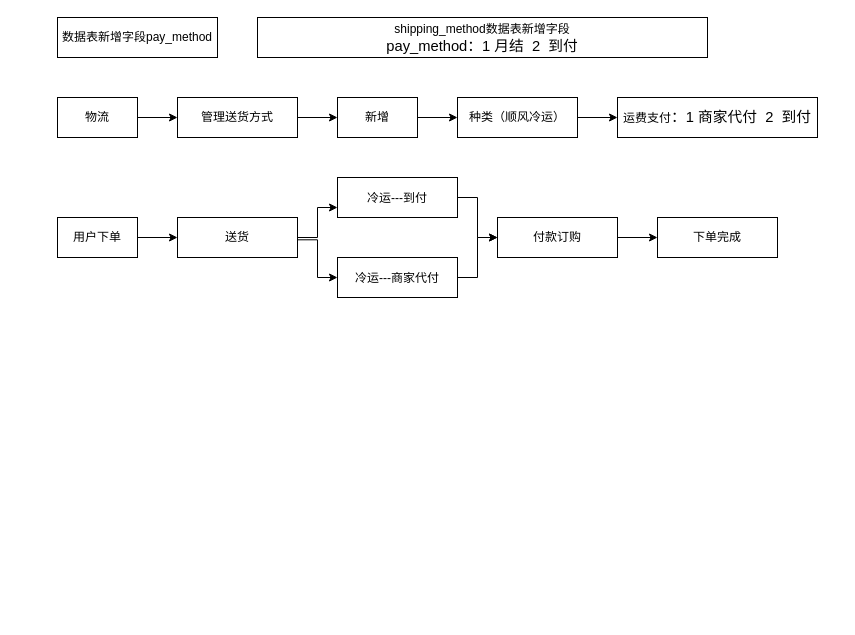
The draw.io diagram w2kmeDiagram.drawio in w2kme/myweb, before the edit. Source tidied: cells renumbered, new cells numbered last; positions are measured from the earlier drawing's top-left corner, leaving out a move shared by most shapes. Both pictures are drawn from the tidied source at 100%, with x=0, y=0 at pixel (57, 17).
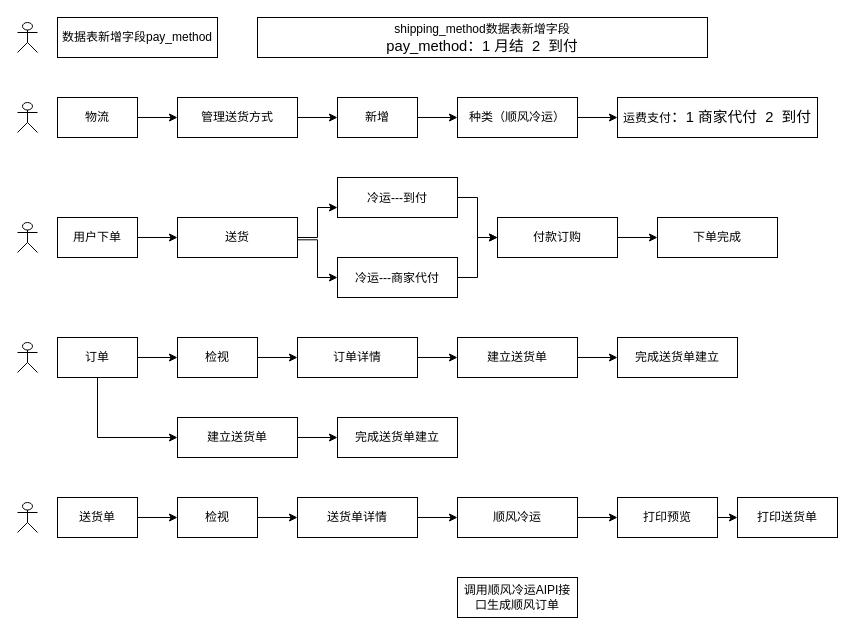
The same page after the edit.

The edit, as a diff of the source:
```diff
@@
+    <mxCell id="25" style="shape=umlActor;verticalLabelPosition=bottom;verticalAlign=top;html=1;" parent="1" vertex="1">
+      <mxGeometry x="-40" y="5" width="20" height="30" as="geometry" />
+    </mxCell>
+    <mxCell id="26" style="shape=umlActor;verticalLabelPosition=bottom;verticalAlign=top;html=1;" parent="1" vertex="1">
+      <mxGeometry x="-40" y="85" width="20" height="30" as="geometry" />
+    </mxCell>
+    <mxCell id="27" style="shape=umlActor;verticalLabelPosition=bottom;verticalAlign=top;html=1;" parent="1" vertex="1">
+      <mxGeometry x="-40" y="205" width="20" height="30" as="geometry" />
+    </mxCell>
+    <mxCell id="28" style="edgeStyle=orthogonalEdgeStyle;rounded=0;jettySize=auto;html=1;exitX=1;exitY=0.5;exitDx=0;exitDy=0;entryX=0;entryY=0.5;entryDx=0;entryDy=0;" parent="1" edge="1" source="30" target="32">
+      <mxGeometry relative="1" as="geometry" />
+    </mxCell>
+    <mxCell id="29" style="edgeStyle=orthogonalEdgeStyle;rounded=0;jettySize=auto;html=1;exitX=0.5;exitY=1;exitDx=0;exitDy=0;entryX=0;entryY=0.5;entryDx=0;entryDy=0;" parent="1" edge="1" source="30" target="40">
+      <mxGeometry relative="1" as="geometry" />
+    </mxCell>
+    <mxCell id="30" value="订单" style="rounded=0;whiteSpace=wrap;html=1;" parent="1" vertex="1">
+      <mxGeometry y="320" width="80" height="40" as="geometry" />
+    </mxCell>
+    <mxCell id="31" style="edgeStyle=orthogonalEdgeStyle;rounded=0;jettySize=auto;html=1;exitX=1;exitY=0.5;exitDx=0;exitDy=0;entryX=0;entryY=0.5;entryDx=0;entryDy=0;" parent="1" edge="1" source="32" target="36">
+      <mxGeometry relative="1" as="geometry" />
+    </mxCell>
+    <mxCell id="32" value="检视" style="rounded=0;whiteSpace=wrap;html=1;" parent="1" vertex="1">
+      <mxGeometry x="120" y="320" width="80" height="40" as="geometry" />
+    </mxCell>
+    <mxCell id="33" style="edgeStyle=orthogonalEdgeStyle;rounded=0;jettySize=auto;html=1;exitX=1;exitY=0.5;exitDx=0;exitDy=0;entryX=0;entryY=0.5;entryDx=0;entryDy=0;" parent="1" edge="1" source="34" target="37">
+      <mxGeometry relative="1" as="geometry" />
+    </mxCell>
+    <mxCell id="34" value="建立送货单" style="rounded=0;whiteSpace=wrap;html=1;" parent="1" vertex="1">
+      <mxGeometry x="400" y="320" width="120" height="40" as="geometry" />
+    </mxCell>
+    <mxCell id="35" style="edgeStyle=orthogonalEdgeStyle;rounded=0;jettySize=auto;html=1;exitX=1;exitY=0.5;exitDx=0;exitDy=0;entryX=0;entryY=0.5;entryDx=0;entryDy=0;" parent="1" edge="1" source="36" target="34">
+      <mxGeometry relative="1" as="geometry" />
+    </mxCell>
+    <mxCell id="36" value="订单详情" style="rounded=0;whiteSpace=wrap;html=1;" parent="1" vertex="1">
+      <mxGeometry x="240" y="320" width="120" height="40" as="geometry" />
+    </mxCell>
+    <mxCell id="37" value="完成送货单建立" style="rounded=0;whiteSpace=wrap;html=1;" parent="1" vertex="1">
+      <mxGeometry x="560" y="320" width="120" height="40" as="geometry" />
+    </mxCell>
+    <mxCell id="38" style="shape=umlActor;verticalLabelPosition=bottom;verticalAlign=top;html=1;" parent="1" vertex="1">
+      <mxGeometry x="-40" y="325" width="20" height="30" as="geometry" />
+    </mxCell>
+    <mxCell id="39" style="edgeStyle=orthogonalEdgeStyle;rounded=0;jettySize=auto;html=1;exitX=1;exitY=0.5;exitDx=0;exitDy=0;entryX=0;entryY=0.5;entryDx=0;entryDy=0;" parent="1" edge="1" source="40" target="41">
+      <mxGeometry relative="1" as="geometry" />
+    </mxCell>
+    <mxCell id="40" value="建立送货单" style="rounded=0;whiteSpace=wrap;html=1;" parent="1" vertex="1">
+      <mxGeometry x="120" y="400" width="120" height="40" as="geometry" />
+    </mxCell>
+    <mxCell id="41" value="完成送货单建立" style="rounded=0;whiteSpace=wrap;html=1;" parent="1" vertex="1">
+      <mxGeometry x="280" y="400" width="120" height="40" as="geometry" />
+    </mxCell>
+    <mxCell id="42" style="edgeStyle=orthogonalEdgeStyle;rounded=0;jettySize=auto;html=1;exitX=1;exitY=0.5;exitDx=0;exitDy=0;entryX=0;entryY=0.5;entryDx=0;entryDy=0;" parent="1" edge="1" source="43" target="45">
+      <mxGeometry relative="1" as="geometry" />
+    </mxCell>
+    <mxCell id="43" value="送货单" style="rounded=0;whiteSpace=wrap;html=1;" parent="1" vertex="1">
+      <mxGeometry y="480" width="80" height="40" as="geometry" />
+    </mxCell>
+    <mxCell id="44" style="edgeStyle=orthogonalEdgeStyle;rounded=0;jettySize=auto;html=1;exitX=1;exitY=0.5;exitDx=0;exitDy=0;entryX=0;entryY=0.5;entryDx=0;entryDy=0;" parent="1" edge="1" source="45" target="47">
+      <mxGeometry relative="1" as="geometry" />
+    </mxCell>
+    <mxCell id="45" value="检视" style="rounded=0;whiteSpace=wrap;html=1;" parent="1" vertex="1">
+      <mxGeometry x="120" y="480" width="80" height="40" as="geometry" />
+    </mxCell>
+    <mxCell id="46" style="edgeStyle=orthogonalEdgeStyle;rounded=0;jettySize=auto;html=1;exitX=1;exitY=0.5;exitDx=0;exitDy=0;entryX=0;entryY=0.5;entryDx=0;entryDy=0;" parent="1" edge="1" source="47" target="49">
+      <mxGeometry relative="1" as="geometry" />
+    </mxCell>
+    <mxCell id="47" value="送货单详情" style="rounded=0;whiteSpace=wrap;html=1;" parent="1" vertex="1">
+      <mxGeometry x="240" y="480" width="120" height="40" as="geometry" />
+    </mxCell>
+    <mxCell id="48" style="edgeStyle=orthogonalEdgeStyle;rounded=0;jettySize=auto;html=1;exitX=1;exitY=0.5;exitDx=0;exitDy=0;entryX=0;entryY=0.5;entryDx=0;entryDy=0;" parent="1" edge="1" source="49" target="52">
+      <mxGeometry relative="1" as="geometry" />
+    </mxCell>
+    <mxCell id="49" value="顺风冷运" style="rounded=0;whiteSpace=wrap;html=1;" parent="1" vertex="1">
+      <mxGeometry x="400" y="480" width="120" height="40" as="geometry" />
+    </mxCell>
+    <mxCell id="50" value="调用顺风冷运AIPI接口生成顺风订单" style="rounded=0;whiteSpace=wrap;html=1;" parent="1" vertex="1">
+      <mxGeometry x="400" y="560" width="120" height="40" as="geometry" />
+    </mxCell>
+    <mxCell id="51" style="edgeStyle=orthogonalEdgeStyle;rounded=0;jettySize=auto;html=1;exitX=1;exitY=0.5;exitDx=0;exitDy=0;entryX=0;entryY=0.5;entryDx=0;entryDy=0;" parent="1" edge="1" source="52" target="53">
+      <mxGeometry relative="1" as="geometry" />
+    </mxCell>
+    <mxCell id="52" value="打印预览" style="rounded=0;whiteSpace=wrap;html=1;" parent="1" vertex="1">
+      <mxGeometry x="560" y="480" width="100" height="40" as="geometry" />
+    </mxCell>
+    <mxCell id="53" value="打印送货单" style="rounded=0;whiteSpace=wrap;html=1;" parent="1" vertex="1">
+      <mxGeometry x="680" y="480" width="100" height="40" as="geometry" />
+    </mxCell>
+    <mxCell id="54" style="shape=umlActor;verticalLabelPosition=bottom;verticalAlign=top;html=1;" parent="1" vertex="1">
+      <mxGeometry x="-40" y="485" width="20" height="30" as="geometry" />
+    </mxCell>
```
